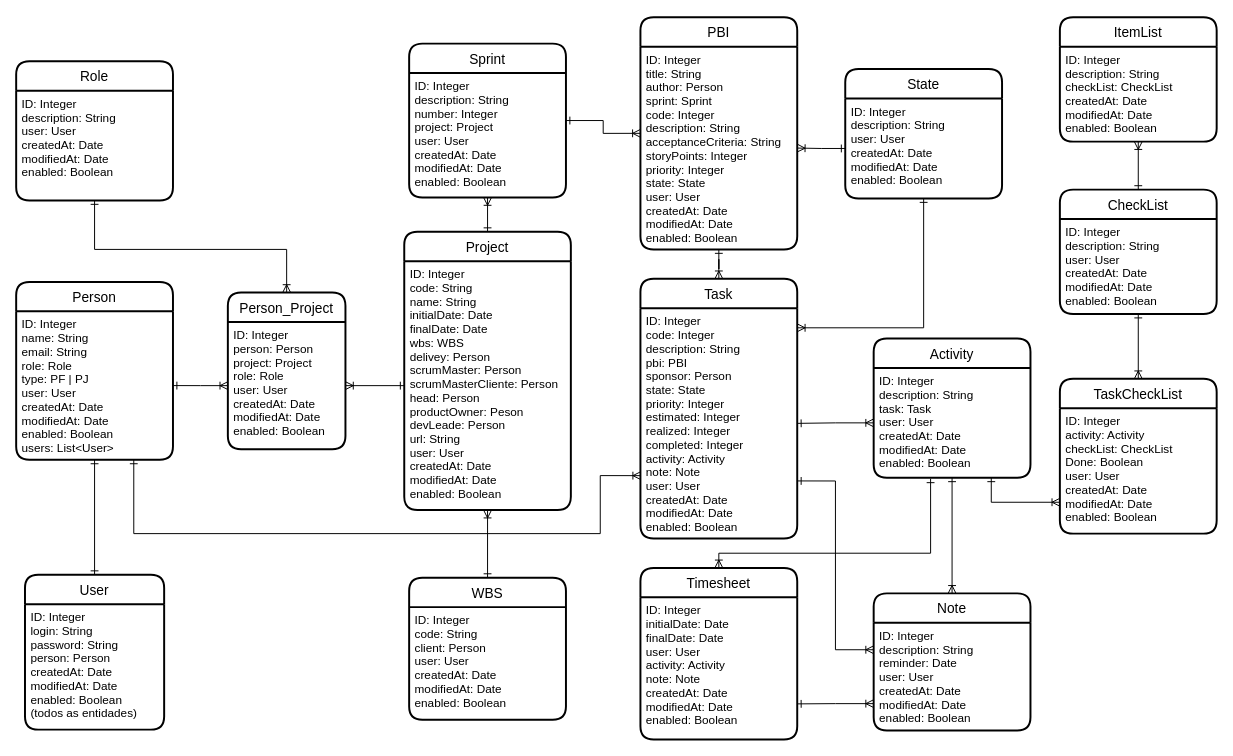
Earlier version of the draw.io diagram modelo_dados.drawio (marcoscrocci/timesheet). Source tidied: cells renumbered, new cells numbered last; positions are measured from the earlier drawing's top-left corner, leaving out a move shared by most shapes. Both pictures are drawn from the tidied source at 98%, with x=0, y=0 at pixel (16, 17).
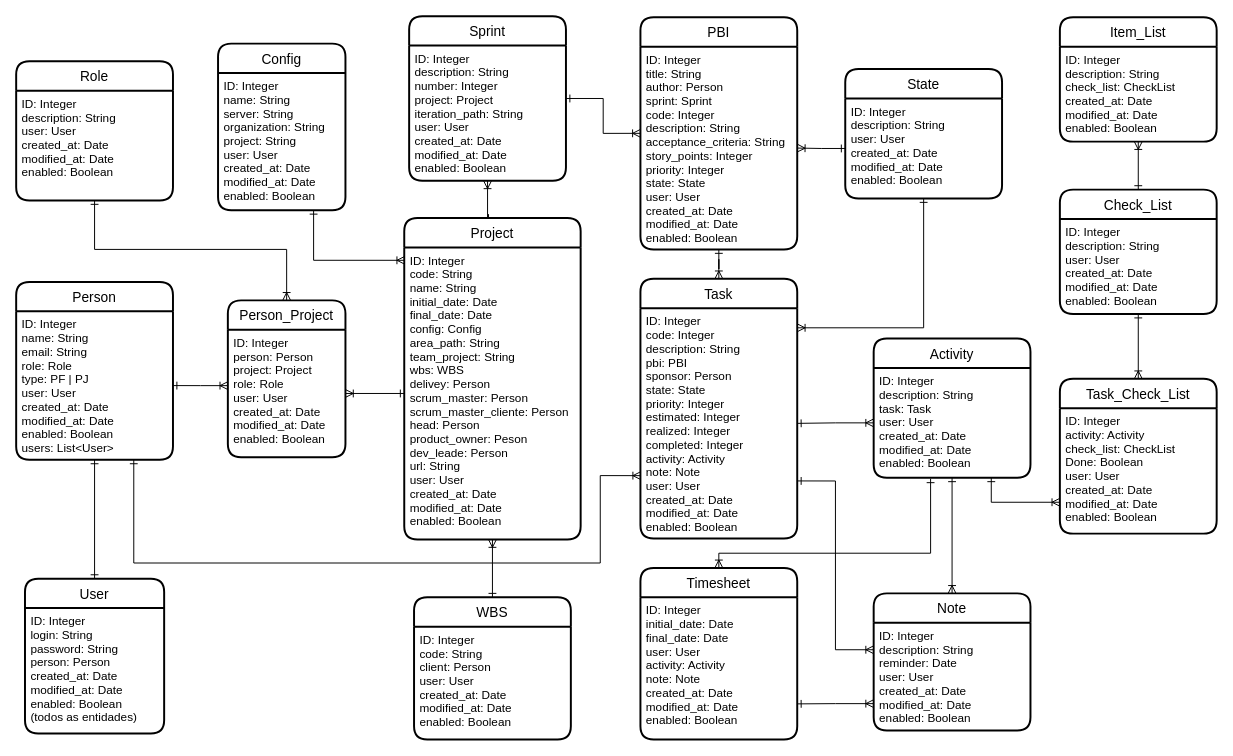
Above is the later version.

Commit message (it also covers changes not shown here):
feat(Model) Adiciona no modelo a configuração do servidor

The change refers to these unchanged cells:
```xml
<mxCell id="5" value="Person" style="swimlane;horizontal=1;startSize=30;rounded=1;fontSize=14;fontStyle=0;strokeWidth=2;shadow=0;dashed=0;align=center;" parent="1" vertex="1">
  <mxGeometry y="270.2" width="160" height="181.5" as="geometry" />
</mxCell>
<mxCell id="9" value="PBI" style="swimlane;horizontal=1;startSize=30;rounded=1;fontSize=14;fontStyle=0;strokeWidth=2;shadow=0;dashed=0;align=center;" parent="1" vertex="1">
  <mxGeometry x="637" y="0.1" width="160" height="236.9" as="geometry" />
</mxCell>
<mxCell id="11" value="Task" style="swimlane;horizontal=1;startSize=30;rounded=1;fontSize=14;fontStyle=0;strokeWidth=2;shadow=0;dashed=0;align=center;" parent="1" vertex="1">
  <mxGeometry x="637" y="267" width="160" height="265" as="geometry" />
</mxCell>
<mxCell id="13" value="Timesheet" style="swimlane;horizontal=1;startSize=30;rounded=1;fontSize=14;fontStyle=0;strokeWidth=2;shadow=0;dashed=0;align=center;" parent="1" vertex="1">
  <mxGeometry x="637" y="562" width="160" height="175" as="geometry" />
</mxCell>
<mxCell id="18" value="Role" style="swimlane;horizontal=1;startSize=30;rounded=1;fontSize=14;fontStyle=0;strokeWidth=2;shadow=0;dashed=0;align=center;" parent="1" vertex="1">
  <mxGeometry y="45" width="160" height="142" as="geometry" />
</mxCell>
<mxCell id="21" value="State" style="swimlane;horizontal=1;startSize=30;rounded=1;fontSize=14;fontStyle=0;strokeWidth=2;shadow=0;dashed=0;align=center;" parent="1" vertex="1">
  <mxGeometry x="846" y="53" width="160" height="132" as="geometry" />
</mxCell>
<mxCell id="25" value="Activity" style="swimlane;horizontal=1;startSize=30;rounded=1;fontSize=14;fontStyle=0;strokeWidth=2;shadow=0;dashed=0;align=center;" parent="1" vertex="1">
  <mxGeometry x="875" y="328" width="160" height="142" as="geometry" />
</mxCell>
<mxCell id="29" value="Note" style="swimlane;horizontal=1;startSize=30;rounded=1;fontSize=14;fontStyle=0;strokeWidth=2;shadow=0;dashed=0;align=center;" parent="1" vertex="1">
  <mxGeometry x="875" y="588" width="160" height="140" as="geometry" />
</mxCell>
```

Change to the diagram source:
```diff
@@
     <mxCell id="3" value="Project" style="swimlane;horizontal=1;startSize=30;rounded=1;fontSize=14;fontStyle=0;strokeWidth=2;shadow=0;dashed=0;align=center;" parent="1" vertex="1">
-      <mxGeometry x="396" y="219" width="170" height="284" as="geometry" />
+      <mxGeometry x="396" y="205" width="180" height="328" as="geometry" />
     </mxCell>
-    <mxCell id="4" value="ID: Integer&#10;code: String&#10;name: String&#10;initialDate: Date&#10;finalDate: Date&#10;wbs: WBS&#10;delivey: Person&#10;scrumMaster: Person&#10;scrumMasterCliente: Person&#10;head: Person&#10;productOwner: Peson&#10;devLeade: Person&#10;url: String&#10;user: User&#10;createdAt: Date&#10;modifiedAt: Date&#10;enabled: Boolean" style="align=left;strokeColor=none;fillColor=none;spacingLeft=4;fontSize=12;verticalAlign=top;" parent="3" vertex="1">
-      <mxGeometry y="30" width="170" height="254" as="geometry" />
+    <mxCell id="4" value="ID: Integer&#10;code: String&#10;name: String&#10;initial_date: Date&#10;final_date: Date&#10;config: Config&#10;area_path: String&#10;team_project: String&#10;wbs: WBS&#10;delivey: Person&#10;scrum_master: Person&#10;scrum_master_cliente: Person&#10;head: Person&#10;product_owner: Peson&#10;dev_leade: Person&#10;url: String&#10;user: User&#10;created_at: Date&#10;modified_at: Date&#10;enabled: Boolean" style="align=left;strokeColor=none;fillColor=none;spacingLeft=4;fontSize=12;verticalAlign=top;" parent="3" vertex="1">
+      <mxGeometry y="30" width="180" height="298" as="geometry" />
     </mxCell>
@@
-    <mxCell id="6" value="ID: Integer&#10;name: String&#10;email: String&#10;role: Role&#10;type: PF | PJ&#10;user: User&#10;createdAt: Date&#10;modifiedAt: Date&#10;enabled: Boolean&#10;users: List&lt;User&gt;" style="align=left;strokeColor=none;fillColor=none;spacingLeft=4;fontSize=12;verticalAlign=top;" parent="5" vertex="1">
+    <mxCell id="6" value="ID: Integer&#10;name: String&#10;email: String&#10;role: Role&#10;type: PF | PJ&#10;user: User&#10;created_at: Date&#10;modified_at: Date&#10;enabled: Boolean&#10;users: List&lt;User&gt;" style="align=left;strokeColor=none;fillColor=none;spacingLeft=4;fontSize=12;verticalAlign=top;" parent="5" vertex="1">
       <mxGeometry y="30" width="160" height="151.5" as="geometry" />
     </mxCell>
@@
-    <mxCell id="10" value="ID: Integer&#10;title: String&#10;author: Person&#10;sprint: Sprint&#10;code: Integer&#10;description: String&#10;acceptanceCriteria: String&#10;storyPoints: Integer&#10;priority: Integer&#10;state: State&#10;user: User&#10;createdAt: Date&#10;modifiedAt: Date&#10;enabled: Boolean" style="align=left;strokeColor=none;fillColor=none;spacingLeft=4;fontSize=12;verticalAlign=top;" parent="9" vertex="1">
+    <mxCell id="10" value="ID: Integer&#10;title: String&#10;author: Person&#10;sprint: Sprint&#10;code: Integer&#10;description: String&#10;acceptance_criteria: String&#10;story_points: Integer&#10;priority: Integer&#10;state: State&#10;user: User&#10;created_at: Date&#10;modified_at: Date&#10;enabled: Boolean" style="align=left;strokeColor=none;fillColor=none;spacingLeft=4;fontSize=12;verticalAlign=top;" parent="9" vertex="1">
       <mxGeometry y="30" width="160" height="206.9" as="geometry" />
     </mxCell>
@@
-    <mxCell id="12" value="ID: Integer&#10;code: Integer&#10;description: String&#10;pbi: PBI&#10;sponsor: Person&#10;state: State&#10;priority: Integer&#10;estimated: Integer&#10;realized: Integer&#10;completed: Integer&#10;activity: Activity&#10;note: Note&#10;user: User&#10;createdAt: Date&#10;modifiedAt: Date&#10;enabled: Boolean" style="align=left;strokeColor=none;fillColor=none;spacingLeft=4;fontSize=12;verticalAlign=top;" parent="11" vertex="1">
+    <mxCell id="12" value="ID: Integer&#10;code: Integer&#10;description: String&#10;pbi: PBI&#10;sponsor: Person&#10;state: State&#10;priority: Integer&#10;estimated: Integer&#10;realized: Integer&#10;completed: Integer&#10;activity: Activity&#10;note: Note&#10;user: User&#10;created_at: Date&#10;modified_at: Date&#10;enabled: Boolean" style="align=left;strokeColor=none;fillColor=none;spacingLeft=4;fontSize=12;verticalAlign=top;" parent="11" vertex="1">
       <mxGeometry y="30" width="160" height="235" as="geometry" />
     </mxCell>
@@
-    <mxCell id="14" value="ID: Integer&#10;initialDate: Date&#10;finalDate: Date&#10;user: User&#10;activity: Activity&#10;note: Note&#10;createdAt: Date&#10;modifiedAt: Date&#10;enabled: Boolean" style="align=left;strokeColor=none;fillColor=none;spacingLeft=4;fontSize=12;verticalAlign=top;" parent="13" vertex="1">
+    <mxCell id="14" value="ID: Integer&#10;initial_date: Date&#10;final_date: Date&#10;user: User&#10;activity: Activity&#10;note: Note&#10;created_at: Date&#10;modified_at: Date&#10;enabled: Boolean" style="align=left;strokeColor=none;fillColor=none;spacingLeft=4;fontSize=12;verticalAlign=top;" parent="13" vertex="1">
       <mxGeometry y="30" width="160" height="145" as="geometry" />
     </mxCell>
@@
     <mxCell id="16" value="Sprint" style="swimlane;horizontal=1;startSize=30;rounded=1;fontSize=14;fontStyle=0;strokeWidth=2;shadow=0;dashed=0;align=center;" parent="1" vertex="1">
-      <mxGeometry x="401" y="27" width="160" height="157" as="geometry" />
+      <mxGeometry x="401" y="-1" width="160" height="168" as="geometry" />
     </mxCell>
-    <mxCell id="17" value="ID: Integer&#10;description: String&#10;number: Integer&#10;project: Project&#10;user: User&#10;createdAt: Date&#10;modifiedAt: Date&#10;enabled: Boolean" style="align=left;strokeColor=none;fillColor=none;spacingLeft=4;fontSize=12;verticalAlign=top;" parent="16" vertex="1">
-      <mxGeometry y="30" width="160" height="127" as="geometry" />
+    <mxCell id="17" value="ID: Integer&#10;description: String&#10;number: Integer&#10;project: Project&#10;iteration_path: String&#10;user: User&#10;created_at: Date&#10;modified_at: Date&#10;enabled: Boolean" style="align=left;strokeColor=none;fillColor=none;spacingLeft=4;fontSize=12;verticalAlign=top;" parent="16" vertex="1">
+      <mxGeometry y="30" width="160" height="138" as="geometry" />
     </mxCell>
@@
-    <mxCell id="19" value="ID: Integer&#10;description: String&#10;user: User&#10;createdAt: Date&#10;modifiedAt: Date&#10;enabled: Boolean" style="align=left;strokeColor=none;fillColor=none;spacingLeft=4;fontSize=12;verticalAlign=top;" parent="18" vertex="1">
+    <mxCell id="19" value="ID: Integer&#10;description: String&#10;user: User&#10;created_at: Date&#10;modified_at: Date&#10;enabled: Boolean" style="align=left;strokeColor=none;fillColor=none;spacingLeft=4;fontSize=12;verticalAlign=top;" parent="18" vertex="1">
       <mxGeometry y="30" width="160" height="112" as="geometry" />
     </mxCell>
@@
-    <mxCell id="22" value="ID: Integer&#10;description: String&#10;user: User&#10;createdAt: Date&#10;modifiedAt: Date&#10;enabled: Boolean" style="align=left;strokeColor=none;fillColor=none;spacingLeft=4;fontSize=12;verticalAlign=top;" parent="21" vertex="1">
+    <mxCell id="22" value="ID: Integer&#10;description: String&#10;user: User&#10;created_at: Date&#10;modified_at: Date&#10;enabled: Boolean" style="align=left;strokeColor=none;fillColor=none;spacingLeft=4;fontSize=12;verticalAlign=top;" parent="21" vertex="1">
       <mxGeometry y="30" width="160" height="102" as="geometry" />
     </mxCell>
@@
-    <mxCell id="26" value="ID: Integer&#10;description: String&#10;task: Task&#10;user: User&#10;createdAt: Date&#10;modifiedAt: Date&#10;enabled: Boolean" style="align=left;strokeColor=none;fillColor=none;spacingLeft=4;fontSize=12;verticalAlign=top;" parent="25" vertex="1">
+    <mxCell id="26" value="ID: Integer&#10;description: String&#10;task: Task&#10;user: User&#10;created_at: Date&#10;modified_at: Date&#10;enabled: Boolean" style="align=left;strokeColor=none;fillColor=none;spacingLeft=4;fontSize=12;verticalAlign=top;" parent="25" vertex="1">
       <mxGeometry y="30" width="160" height="112" as="geometry" />
     </mxCell>
@@
-    <mxCell id="30" value="ID: Integer&#10;description: String&#10;reminder: Date&#10;user: User&#10;createdAt: Date&#10;modifiedAt: Date&#10;enabled: Boolean" style="align=left;strokeColor=none;fillColor=none;spacingLeft=4;fontSize=12;verticalAlign=top;" parent="29" vertex="1">
+    <mxCell id="30" value="ID: Integer&#10;description: String&#10;reminder: Date&#10;user: User&#10;created_at: Date&#10;modified_at: Date&#10;enabled: Boolean" style="align=left;strokeColor=none;fillColor=none;spacingLeft=4;fontSize=12;verticalAlign=top;" parent="29" vertex="1">
       <mxGeometry y="30" width="160" height="110" as="geometry" />
     </mxCell>
@@
     <mxCell id="32" value="WBS" style="swimlane;horizontal=1;startSize=30;rounded=1;fontSize=14;fontStyle=0;strokeWidth=2;shadow=0;dashed=0;align=center;" parent="1" vertex="1">
-      <mxGeometry x="401" y="572" width="160" height="145" as="geometry" />
+      <mxGeometry x="406" y="592" width="160" height="145" as="geometry" />
     </mxCell>
-    <mxCell id="33" value="ID: Integer&#10;code: String&#10;client: Person&#10;user: User&#10;createdAt: Date&#10;modifiedAt: Date&#10;enabled: Boolean" style="align=left;strokeColor=none;fillColor=none;spacingLeft=4;fontSize=12;verticalAlign=top;" parent="32" vertex="1">
+    <mxCell id="33" value="ID: Integer&#10;code: String&#10;client: Person&#10;user: User&#10;created_at: Date&#10;modified_at: Date&#10;enabled: Boolean" style="align=left;strokeColor=none;fillColor=none;spacingLeft=4;fontSize=12;verticalAlign=top;" parent="32" vertex="1">
       <mxGeometry y="30" width="160" height="115" as="geometry" />
     </mxCell>
@@
     <mxCell id="36" value="User" style="swimlane;horizontal=1;startSize=30;rounded=1;fontSize=14;fontStyle=0;strokeWidth=2;shadow=0;dashed=0;align=center;" parent="1" vertex="1">
-      <mxGeometry x="9" y="569" width="142" height="158" as="geometry" />
+      <mxGeometry x="9" y="573" width="142" height="158" as="geometry" />
     </mxCell>
-    <mxCell id="37" value="ID: Integer&#10;login: String&#10;password: String&#10;person: Person&#10;createdAt: Date&#10;modifiedAt: Date&#10;enabled: Boolean&#10;(todos as entidades)" style="align=left;strokeColor=none;fillColor=none;spacingLeft=4;fontSize=12;verticalAlign=top;" parent="36" vertex="1">
+    <mxCell id="37" value="ID: Integer&#10;login: String&#10;password: String&#10;person: Person&#10;created_at: Date&#10;modified_at: Date&#10;enabled: Boolean&#10;(todos as entidades)" style="align=left;strokeColor=none;fillColor=none;spacingLeft=4;fontSize=12;verticalAlign=top;" parent="36" vertex="1">
       <mxGeometry y="30" width="142" height="128" as="geometry" />
     </mxCell>
@@
     <mxCell id="39" style="edgeStyle=orthogonalEdgeStyle;rounded=0;jettySize=auto;html=1;exitX=0.75;exitY=1;exitDx=0;exitDy=0;entryX=0.002;entryY=0.727;entryDx=0;entryDy=0;startArrow=ERone;startFill=0;endArrow=ERoneToMany;endFill=0;entryPerimeter=0;" parent="1" edge="1" source="6" target="12">
       <mxGeometry relative="1" as="geometry">
         <Array as="points">
-          <mxPoint x="120" y="527" />
-          <mxPoint x="596" y="527" />
+          <mxPoint x="120" y="557" />
+          <mxPoint x="596" y="557" />
           <mxPoint x="596" y="468" />
         </Array>
       </mxGeometry>
     </mxCell>
@@
-    <mxCell id="41" value="CheckList" style="swimlane;horizontal=1;startSize=30;rounded=1;fontSize=14;fontStyle=0;strokeWidth=2;shadow=0;dashed=0;align=center;" parent="1" vertex="1">
+    <mxCell id="41" value="Check_List" style="swimlane;horizontal=1;startSize=30;rounded=1;fontSize=14;fontStyle=0;strokeWidth=2;shadow=0;dashed=0;align=center;" parent="1" vertex="1">
       <mxGeometry x="1065" y="176" width="160" height="126.9" as="geometry" />
     </mxCell>
-    <mxCell id="42" value="ID: Integer&#10;description: String&#10;user: User&#10;createdAt: Date&#10;modifiedAt: Date&#10;enabled: Boolean" style="align=left;strokeColor=none;fillColor=none;spacingLeft=4;fontSize=12;verticalAlign=top;" parent="41" vertex="1">
+    <mxCell id="42" value="ID: Integer&#10;description: String&#10;user: User&#10;created_at: Date&#10;modified_at: Date&#10;enabled: Boolean" style="align=left;strokeColor=none;fillColor=none;spacingLeft=4;fontSize=12;verticalAlign=top;" parent="41" vertex="1">
       <mxGeometry y="30" width="160" height="96.9" as="geometry" />
     </mxCell>
-    <mxCell id="43" value="ItemList" style="swimlane;horizontal=1;startSize=30;rounded=1;fontSize=14;fontStyle=0;strokeWidth=2;shadow=0;dashed=0;align=center;" parent="1" vertex="1">
+    <mxCell id="43" value="Item_List" style="swimlane;horizontal=1;startSize=30;rounded=1;fontSize=14;fontStyle=0;strokeWidth=2;shadow=0;dashed=0;align=center;" parent="1" vertex="1">
       <mxGeometry x="1065" y="0.1" width="160" height="126.9" as="geometry" />
     </mxCell>
-    <mxCell id="44" value="ID: Integer&#10;description: String&#10;checkList: CheckList&#10;createdAt: Date&#10;modifiedAt: Date&#10;enabled: Boolean" style="align=left;strokeColor=none;fillColor=none;spacingLeft=4;fontSize=12;verticalAlign=top;" parent="43" vertex="1">
+    <mxCell id="44" value="ID: Integer&#10;description: String&#10;check_list: CheckList&#10;created_at: Date&#10;modified_at: Date&#10;enabled: Boolean" style="align=left;strokeColor=none;fillColor=none;spacingLeft=4;fontSize=12;verticalAlign=top;" parent="43" vertex="1">
       <mxGeometry y="30" width="160" height="96.9" as="geometry" />
     </mxCell>
@@
-    <mxCell id="46" value="TaskCheckList" style="swimlane;horizontal=1;startSize=30;rounded=1;fontSize=14;fontStyle=0;strokeWidth=2;shadow=0;dashed=0;align=center;" parent="1" vertex="1">
+    <mxCell id="46" value="Task_Check_List" style="swimlane;horizontal=1;startSize=30;rounded=1;fontSize=14;fontStyle=0;strokeWidth=2;shadow=0;dashed=0;align=center;" parent="1" vertex="1">
       <mxGeometry x="1065" y="369" width="160" height="158" as="geometry" />
     </mxCell>
-    <mxCell id="47" value="ID: Integer&#10;activity: Activity&#10;checkList: CheckList&#10;Done: Boolean&#10;user: User&#10;createdAt: Date&#10;modifiedAt: Date&#10;enabled: Boolean" style="align=left;strokeColor=none;fillColor=none;spacingLeft=4;fontSize=12;verticalAlign=top;" parent="46" vertex="1">
+    <mxCell id="47" value="ID: Integer&#10;activity: Activity&#10;check_list: CheckList&#10;Done: Boolean&#10;user: User&#10;created_at: Date&#10;modified_at: Date&#10;enabled: Boolean" style="align=left;strokeColor=none;fillColor=none;spacingLeft=4;fontSize=12;verticalAlign=top;" parent="46" vertex="1">
       <mxGeometry y="30" width="160" height="128" as="geometry" />
     </mxCell>
@@
     <mxCell id="50" value="Person_Project" style="swimlane;horizontal=1;startSize=30;rounded=1;fontSize=14;fontStyle=0;strokeWidth=2;shadow=0;dashed=0;align=center;" parent="1" vertex="1">
-      <mxGeometry x="216" y="281" width="120" height="160" as="geometry" />
+      <mxGeometry x="216" y="289" width="120" height="160" as="geometry" />
     </mxCell>
-    <mxCell id="51" value="ID: Integer&#10;person: Person&#10;project: Project&#10;role: Role&#10;user: User&#10;createdAt: Date&#10;modifiedAt: Date&#10;enabled: Boolean" style="align=left;strokeColor=none;fillColor=none;spacingLeft=4;fontSize=12;verticalAlign=top;" parent="50" vertex="1">
+    <mxCell id="51" value="ID: Integer&#10;person: Person&#10;project: Project&#10;role: Role&#10;user: User&#10;created_at: Date&#10;modified_at: Date&#10;enabled: Boolean" style="align=left;strokeColor=none;fillColor=none;spacingLeft=4;fontSize=12;verticalAlign=top;" parent="50" vertex="1">
       <mxGeometry y="30" width="120" height="130" as="geometry" />
     </mxCell>
@@
+    <mxCell id="53" value="Config" style="swimlane;horizontal=1;startSize=30;rounded=1;fontSize=14;fontStyle=0;strokeWidth=2;shadow=0;dashed=0;align=center;" parent="1" vertex="1">
+      <mxGeometry x="206" y="27" width="130" height="170" as="geometry" />
+    </mxCell>
+    <mxCell id="54" value="ID: Integer&#10;name: String&#10;server: String&#10;organization: String&#10;project: String&#10;user: User&#10;created_at: Date&#10;modified_at: Date&#10;enabled: Boolean" style="align=left;strokeColor=none;fillColor=none;spacingLeft=4;fontSize=12;verticalAlign=top;" parent="53" vertex="1">
+      <mxGeometry y="30" width="130" height="140" as="geometry" />
+    </mxCell>
+    <mxCell id="55" style="edgeStyle=orthogonalEdgeStyle;rounded=0;jettySize=auto;html=1;exitX=0.75;exitY=1;exitDx=0;exitDy=0;entryX=0.003;entryY=0.044;entryDx=0;entryDy=0;entryPerimeter=0;endArrow=ERoneToMany;endFill=0;startArrow=ERone;startFill=0;" parent="1" edge="1" source="54" target="4">
+      <mxGeometry relative="1" as="geometry" />
+    </mxCell>
```
